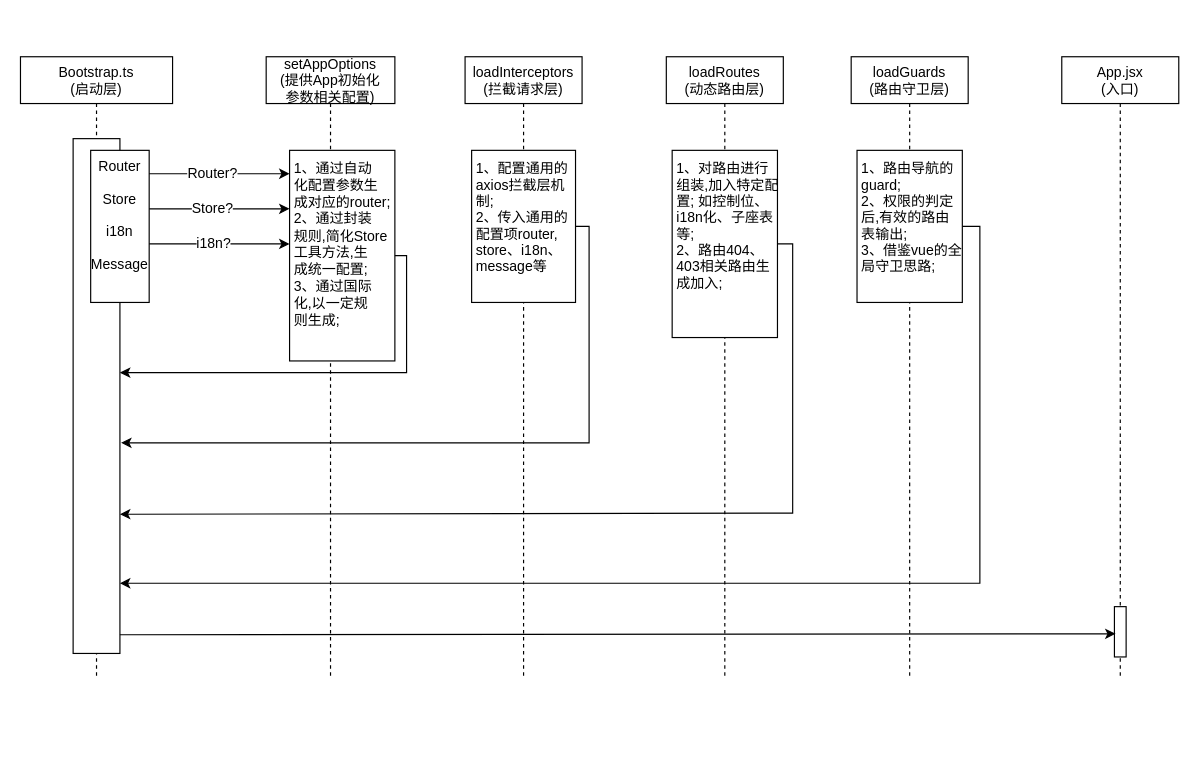
Above: 微架构-基座.drawio in codcer/blog (draw.io), before the change. Source tidied: cells renumbered, new cells numbered last; positions are measured from the earlier drawing's top-left corner, leaving out a move shared by most shapes. Both pictures are drawn from the tidied source at 117%, with x=0, y=0 at pixel (20, 56).
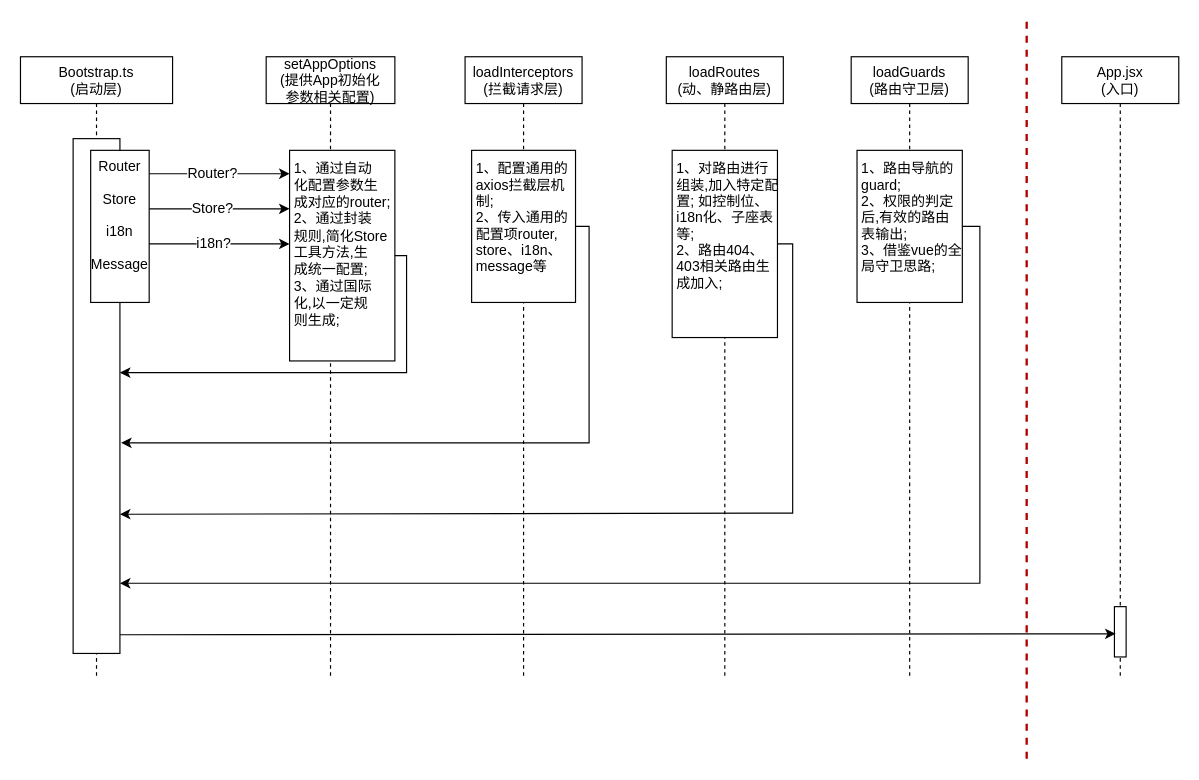
After the change.

Commit message (it also covers changes not shown here):
更新微架构-基座.drawio

The edit, as a diff of the source:
```diff
@@
-    <mxCell id="9" value="loadRoutes&#10;(动态路由层)" style="shape=umlLifeline;perimeter=lifelinePerimeter;rounded=0;shadow=0;strokeWidth=1;" parent="1" vertex="1">
+    <mxCell id="9" value="loadRoutes&#10;(动、静路由层)" style="shape=umlLifeline;perimeter=lifelinePerimeter;rounded=0;shadow=0;strokeWidth=1;" parent="1" vertex="1">
       <mxGeometry x="552" width="100" height="530" as="geometry" />
     </mxCell>
@@
+    <mxCell id="26" style="endArrow=none;dashed=1;html=1;strokeWidth=2;fillColor=#e51400;strokeColor=#B20000;" parent="1" edge="1">
+      <mxGeometry relative="1" as="geometry">
+        <mxPoint x="860" y="600" as="sourcePoint" />
+        <mxPoint x="860" y="-30" as="targetPoint" />
+      </mxGeometry>
+    </mxCell>
```
